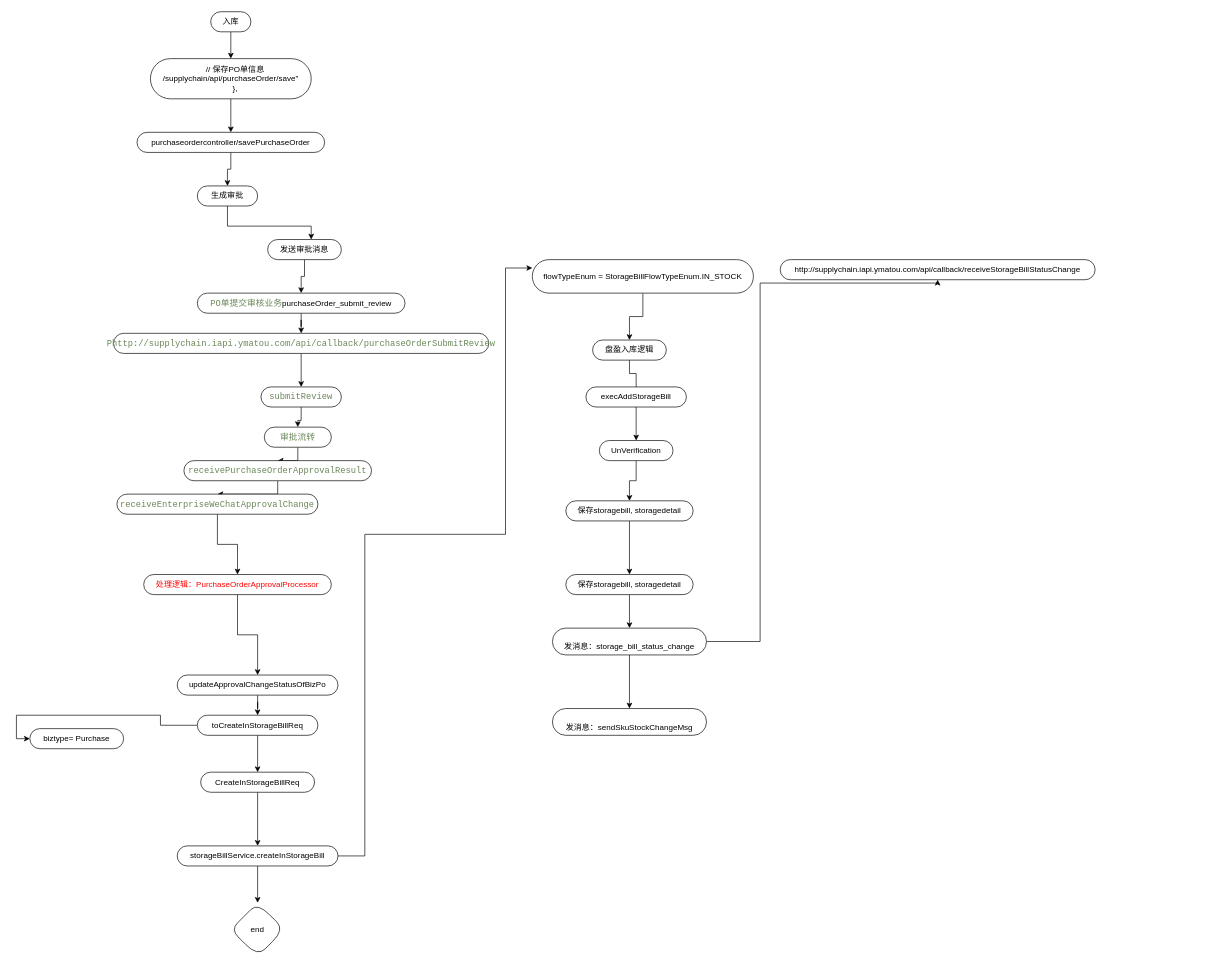
Earlier version of the draw.io diagram b2b-入库.drawio (yi2003/diagram). Source tidied: cells renumbered, new cells numbered last; positions are measured from the earlier drawing's top-left corner, leaving out a move shared by most shapes. Both pictures are drawn from the tidied source at 67%, with x=0, y=0 at pixel (29, 11).
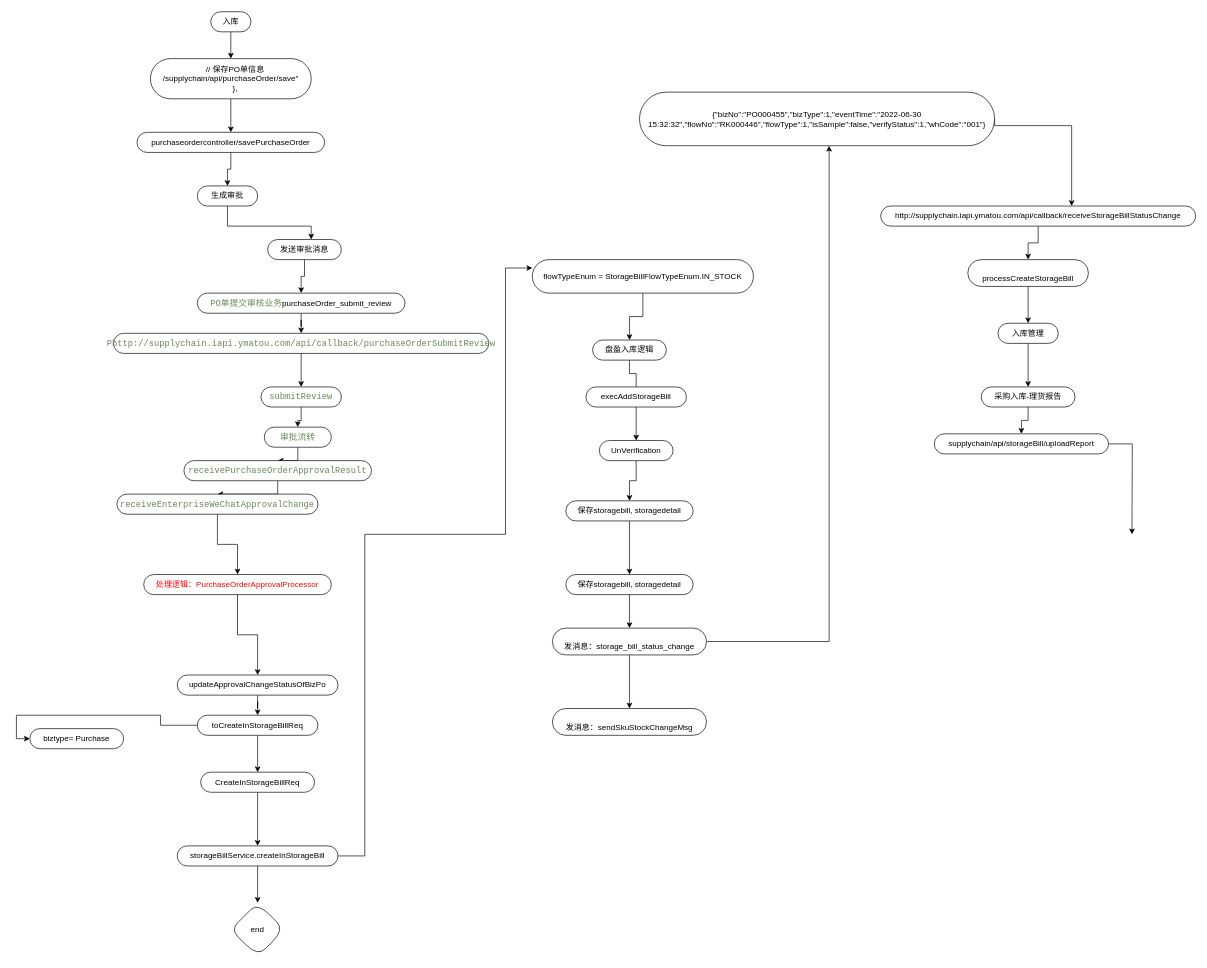
Above is the later version.

The change refers to these unchanged cells:
```xml
<mxCell id="37" value="&lt;div&gt;&lt;br&gt;&lt;/div&gt;&lt;div&gt;发消息：storage_bill_status_change&lt;/div&gt;" style="whiteSpace=wrap;html=1;rounded=1;arcSize=50;align=center;verticalAlign=middle;strokeWidth=1;spacing=4;newEdgeStyle={&quot;edgeStyle&quot;:&quot;entityRelationEdgeStyle&quot;,&quot;startArrow&quot;:&quot;none&quot;,&quot;endArrow&quot;:&quot;none&quot;,&quot;segment&quot;:10,&quot;curved&quot;:1};direction=west;" parent="1" vertex="1">
  <mxGeometry x="780" y="920" width="230" height="40" as="geometry" />
</mxCell>
```

What changed in the source:
```diff
@@
-    <mxCell id="36" style="edgeStyle=orthogonalEdgeStyle;rounded=0;jettySize=auto;html=1;" parent="1" edge="1" source="37" target="39">
-      <mxGeometry relative="1" as="geometry">
-        <Array as="points">
-          <mxPoint x="1090" y="940" />
-          <mxPoint x="1090" y="405" />
-        </Array>
-      </mxGeometry>
-    </mxCell>
+    <mxCell id="60" style="edgeStyle=orthogonalEdgeStyle;rounded=0;jettySize=auto;html=1;fontColor=#FF0000;" parent="1" edge="1" source="37" target="63">
+      <mxGeometry relative="1" as="geometry">
+        <Array as="points">
+          <mxPoint x="1193" y="940" />
+        </Array>
+      </mxGeometry>
+    </mxCell>
@@
+    <mxCell id="61" style="edgeStyle=orthogonalEdgeStyle;rounded=0;jettySize=auto;html=1;fontColor=#FF0000;" parent="1" edge="1" source="39" target="65">
+      <mxGeometry relative="1" as="geometry" />
+    </mxCell>
     <mxCell id="39" value="http://supplychain.iapi.ymatou.com/api/callback/receiveStorageBillStatusChange" style="whiteSpace=wrap;html=1;rounded=1;arcSize=50;align=center;verticalAlign=middle;strokeWidth=1;spacing=4;newEdgeStyle={&quot;edgeStyle&quot;:&quot;entityRelationEdgeStyle&quot;,&quot;startArrow&quot;:&quot;none&quot;,&quot;endArrow&quot;:&quot;none&quot;,&quot;segment&quot;:10,&quot;curved&quot;:1};direction=west;" parent="1" vertex="1">
-      <mxGeometry x="1120" y="370" width="470" height="30" as="geometry" />
+      <mxGeometry x="1270" y="290" width="470" height="30" as="geometry" />
     </mxCell>
@@
+    <mxCell id="62" style="edgeStyle=orthogonalEdgeStyle;rounded=0;jettySize=auto;html=1;fontColor=#FF0000;exitX=1;exitY=0.5;exitDx=0;exitDy=0;" parent="1" edge="1" source="63" target="39">
+      <mxGeometry relative="1" as="geometry">
+        <Array as="points">
+          <mxPoint x="1440" y="170" />
+          <mxPoint x="1555" y="170" />
+        </Array>
+      </mxGeometry>
+    </mxCell>
+    <mxCell id="63" value="{&quot;bizNo&quot;:&quot;PO000455&quot;,&quot;bizType&quot;:1,&quot;eventTime&quot;:&quot;2022-06-30 15:32:32&quot;,&quot;flowNo&quot;:&quot;RK000446&quot;,&quot;flowType&quot;:1,&quot;isSample&quot;:false,&quot;verifyStatus&quot;:1,&quot;whCode&quot;:&quot;001&quot;}" style="whiteSpace=wrap;html=1;rounded=1;strokeWidth=1;spacing=4;arcSize=50;" parent="1" vertex="1">
+      <mxGeometry x="910" y="120" width="530" height="80" as="geometry" />
+    </mxCell>
+    <mxCell id="64" style="edgeStyle=orthogonalEdgeStyle;rounded=0;jettySize=auto;html=1;fontColor=#FF0000;" parent="1" edge="1" source="65" target="67">
+      <mxGeometry relative="1" as="geometry" />
+    </mxCell>
+    <mxCell id="65" value="&lt;div&gt;&lt;br&gt;&lt;/div&gt;&lt;div&gt;processCreateStorageBill&lt;/div&gt;" style="whiteSpace=wrap;html=1;rounded=1;arcSize=50;align=center;verticalAlign=middle;strokeWidth=1;spacing=4;newEdgeStyle={&quot;edgeStyle&quot;:&quot;entityRelationEdgeStyle&quot;,&quot;startArrow&quot;:&quot;none&quot;,&quot;endArrow&quot;:&quot;none&quot;,&quot;segment&quot;:10,&quot;curved&quot;:1};direction=west;" parent="1" vertex="1">
+      <mxGeometry x="1400" y="370" width="180" height="40" as="geometry" />
+    </mxCell>
+    <mxCell id="66" style="edgeStyle=orthogonalEdgeStyle;rounded=0;jettySize=auto;html=1;fontColor=#FF0000;" parent="1" edge="1" source="67" target="69">
+      <mxGeometry relative="1" as="geometry" />
+    </mxCell>
+    <mxCell id="67" value="入库管理" style="whiteSpace=wrap;html=1;rounded=1;arcSize=50;align=center;verticalAlign=middle;strokeWidth=1;spacing=4;newEdgeStyle={&quot;edgeStyle&quot;:&quot;entityRelationEdgeStyle&quot;,&quot;startArrow&quot;:&quot;none&quot;,&quot;endArrow&quot;:&quot;none&quot;,&quot;segment&quot;:10,&quot;curved&quot;:1};direction=west;" parent="1" vertex="1">
+      <mxGeometry x="1445" y="465" width="90" height="30" as="geometry" />
+    </mxCell>
+    <mxCell id="68" style="edgeStyle=orthogonalEdgeStyle;rounded=0;jettySize=auto;html=1;fontColor=#FF0000;" parent="1" edge="1" source="69" target="71">
+      <mxGeometry relative="1" as="geometry" />
+    </mxCell>
+    <mxCell id="69" value="采购入库-理货报告" style="whiteSpace=wrap;html=1;rounded=1;arcSize=50;align=center;verticalAlign=middle;strokeWidth=1;spacing=4;newEdgeStyle={&quot;edgeStyle&quot;:&quot;entityRelationEdgeStyle&quot;,&quot;startArrow&quot;:&quot;none&quot;,&quot;endArrow&quot;:&quot;none&quot;,&quot;segment&quot;:10,&quot;curved&quot;:1};direction=west;" parent="1" vertex="1">
+      <mxGeometry x="1420" y="560" width="140" height="30" as="geometry" />
+    </mxCell>
+    <mxCell id="70" style="edgeStyle=orthogonalEdgeStyle;rounded=0;jettySize=auto;html=1;fontColor=#FF0000;" parent="1" edge="1" source="71">
+      <mxGeometry relative="1" as="geometry">
+        <mxPoint x="1645" y="780" as="targetPoint" />
+      </mxGeometry>
+    </mxCell>
+    <mxCell id="71" value="supplychain/api/storageBill/uploadReport" style="whiteSpace=wrap;html=1;rounded=1;arcSize=50;align=center;verticalAlign=middle;strokeWidth=1;spacing=4;newEdgeStyle={&quot;edgeStyle&quot;:&quot;entityRelationEdgeStyle&quot;,&quot;startArrow&quot;:&quot;none&quot;,&quot;endArrow&quot;:&quot;none&quot;,&quot;segment&quot;:10,&quot;curved&quot;:1};direction=west;" parent="1" vertex="1">
+      <mxGeometry x="1350" y="630" width="260" height="30" as="geometry" />
+    </mxCell>
```
